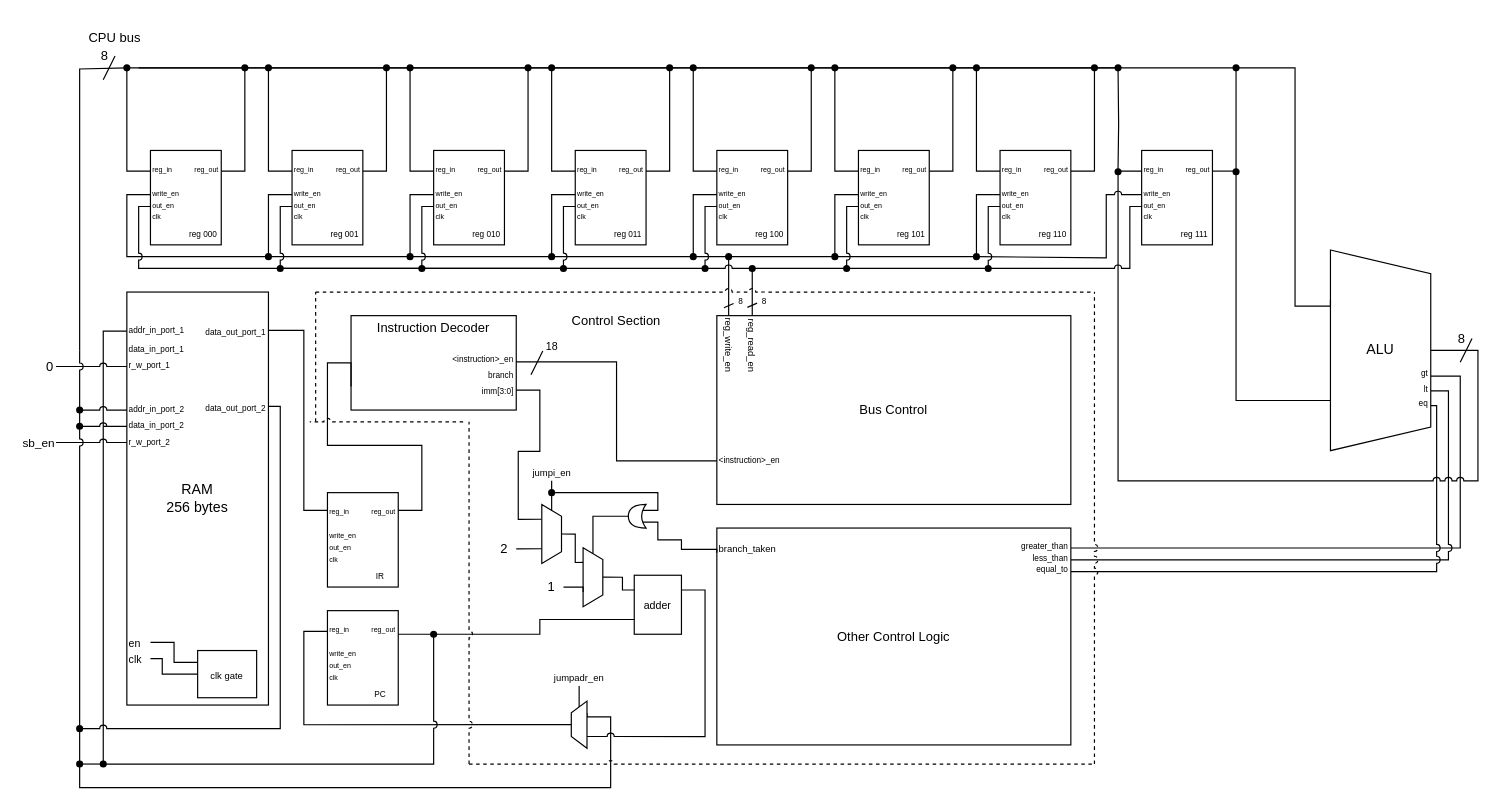
The draw.io diagram info/cpu block diagram.drawio in AndersonHsieh0330/softcore_cpu, before the edit. Source tidied: cells renumbered, new cells numbered last; positions are measured from the earlier drawing's top-left corner, leaving out a move shared by most shapes. Both pictures are drawn from the tidied source at 118%, with x=0, y=0 at pixel (20, 20).
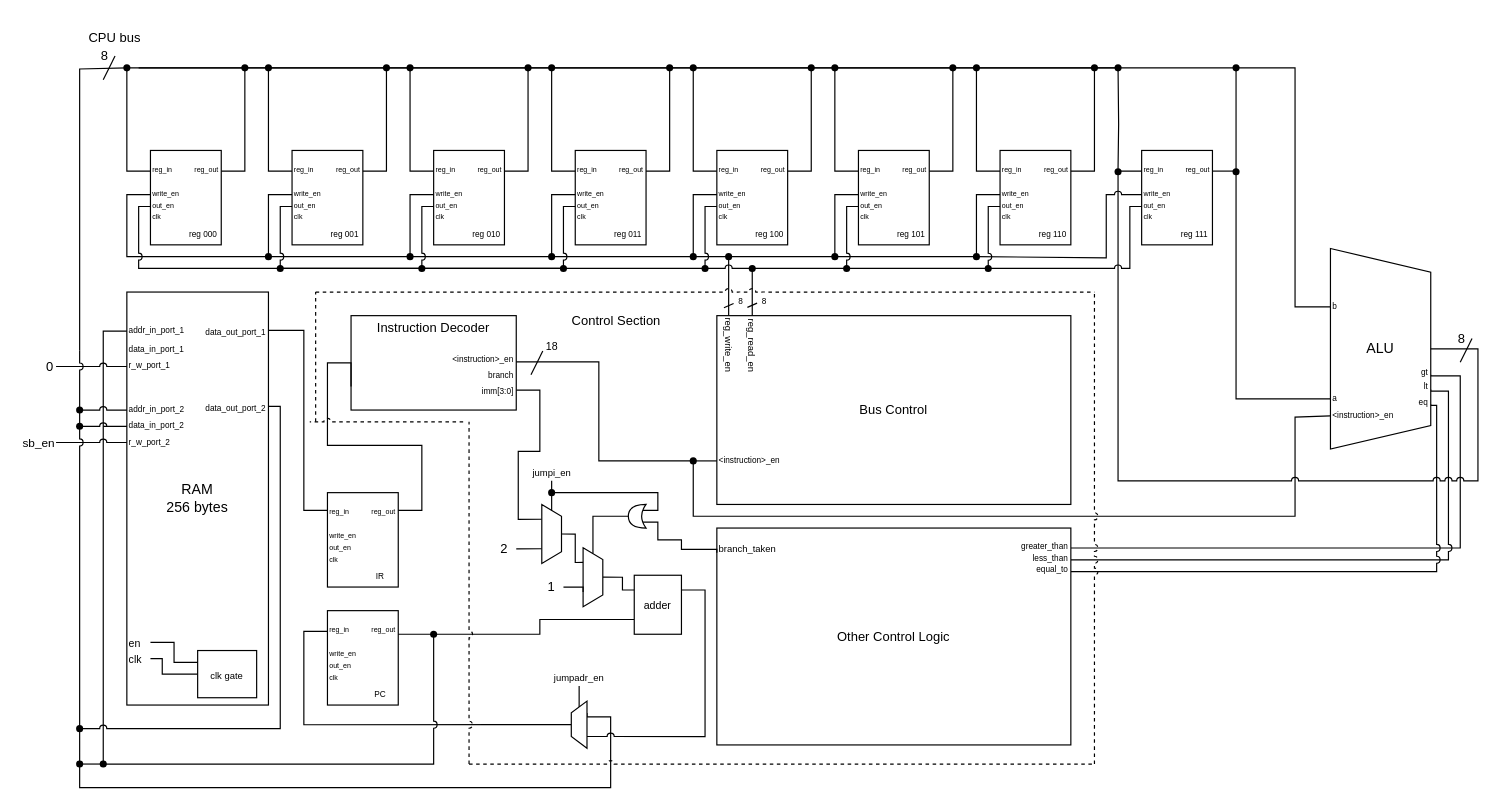
Above is the later version.

The change refers to these unchanged cells:
```xml
<mxCell id="19" style="shape=trapezoid;perimeter=trapezoidPerimeter;whiteSpace=wrap;html=1;fixedSize=1;rotation=90;" parent="18" vertex="1">
  <mxGeometry x="-42.5" y="42.5" width="170" height="85" as="geometry" />
</mxCell>
<mxCell id="139" style="shape=waypoint;sketch=0;fillStyle=solid;size=6;points=[];fillColor=none;perimeter=centerPerimeter;snapToPoint=1;fontFamily=Helvetica;fontSize=11;fontColor=default;" parent="1" vertex="1">
  <mxGeometry x="1020" y="30" width="20" height="20" as="geometry" />
</mxCell>
<mxCell id="166" value="&lt;font style=&quot;font-size: 7px;&quot;&gt;&amp;lt;instruction&amp;gt;_en&lt;/font&gt;" style="text;html=1;strokeColor=none;fillColor=none;align=right;verticalAlign=middle;whiteSpace=wrap;rounded=0;fontSize=11;fontFamily=Helvetica;fontColor=default;" parent="161" vertex="1">
  <mxGeometry x="80" y="28.8" width="60" height="13.8" as="geometry" />
</mxCell>
<mxCell id="262" value="&amp;lt;instruction&amp;gt;_en" style="text;html=1;strokeColor=none;fillColor=none;align=left;verticalAlign=middle;whiteSpace=wrap;rounded=0;fontSize=7;fontFamily=Helvetica;fontColor=default;" parent="1" vertex="1">
  <mxGeometry x="590" y="366.2" width="60" height="13.8" as="geometry" />
</mxCell>
```

The edit, as a diff of the source:
```diff
@@
+    <mxCell id="282" style="edgeStyle=orthogonalEdgeStyle;shape=connector;rounded=0;jumpStyle=arc;jettySize=auto;html=1;exitX=0;exitY=0.5;exitDx=0;exitDy=0;entryX=0.631;entryY=0.759;entryDx=0;entryDy=0;entryPerimeter=0;labelBackgroundColor=default;strokeColor=default;fontFamily=Helvetica;fontSize=11;fontColor=default;endArrow=none;" parent="1" edge="1" source="283" target="287">
+      <mxGeometry relative="1" as="geometry">
+        <Array as="points">
+          <mxPoint x="1080" y="336" />
+          <mxPoint x="1080" y="420" />
+          <mxPoint x="570" y="420" />
+        </Array>
+      </mxGeometry>
+    </mxCell>
@@
     <mxCell id="18" style="group;align=right;" parent="1" vertex="1">
-      <mxGeometry x="1110" y="194.4" width="85" height="170" as="geometry" />
+      <mxGeometry x="1110" y="193.1" width="85" height="170" as="geometry" />
     </mxCell>
@@
+    <mxCell id="283" value="&amp;lt;instruction&amp;gt;_en" style="text;html=1;strokeColor=none;fillColor=none;align=left;verticalAlign=middle;whiteSpace=wrap;rounded=0;fontSize=7;fontFamily=Helvetica;fontColor=default;" parent="18" vertex="1">
+      <mxGeometry y="135" width="60" height="13.8" as="geometry" />
+    </mxCell>
+    <mxCell id="284" value="a" style="text;html=1;strokeColor=none;fillColor=none;align=left;verticalAlign=middle;whiteSpace=wrap;rounded=0;fontSize=7;fontFamily=Helvetica;fontColor=default;" parent="18" vertex="1">
+      <mxGeometry y="121.2" width="10" height="13.8" as="geometry" />
+    </mxCell>
+    <mxCell id="285" value="b" style="text;html=1;strokeColor=none;fillColor=none;align=left;verticalAlign=middle;whiteSpace=wrap;rounded=0;fontSize=7;fontFamily=Helvetica;fontColor=default;" parent="18" vertex="1">
+      <mxGeometry y="42.5" width="10" height="13.8" as="geometry" />
+    </mxCell>
@@
-    <mxCell id="97" style="edgeStyle=orthogonalEdgeStyle;shape=connector;rounded=0;jettySize=auto;html=1;entryX=0.25;entryY=1;entryDx=0;entryDy=0;labelBackgroundColor=default;strokeColor=default;fontFamily=Helvetica;fontSize=11;fontColor=default;endArrow=none;exitDx=0;exitDy=0;" parent="1" edge="1" source="139" target="19">
+    <mxCell id="97" style="edgeStyle=orthogonalEdgeStyle;shape=connector;rounded=0;jettySize=auto;html=1;entryX=0;entryY=0.5;entryDx=0;entryDy=0;labelBackgroundColor=default;strokeColor=default;fontFamily=Helvetica;fontSize=11;fontColor=default;endArrow=none;exitDx=0;exitDy=0;" parent="1" edge="1" source="139" target="285">
       <mxGeometry relative="1" as="geometry">
         <Array as="points">
           <mxPoint x="1080" y="40" />
-          <mxPoint x="1080" y="242" />
+          <mxPoint x="1080" y="243" />
+          <mxPoint x="1110" y="243" />
         </Array>
       </mxGeometry>
     </mxCell>
@@
-    <mxCell id="261" style="edgeStyle=orthogonalEdgeStyle;shape=connector;rounded=0;jumpStyle=arc;jettySize=auto;html=1;exitX=0;exitY=0.5;exitDx=0;exitDy=0;entryX=1;entryY=0.75;entryDx=0;entryDy=0;labelBackgroundColor=default;strokeColor=default;fontFamily=Helvetica;fontSize=11;fontColor=default;endArrow=none;" parent="1" edge="1" source="262" target="166">
+    <mxCell id="261" style="edgeStyle=orthogonalEdgeStyle;shape=connector;rounded=0;jumpStyle=arc;jettySize=auto;html=1;exitDx=0;exitDy=0;entryX=1;entryY=0.75;entryDx=0;entryDy=0;labelBackgroundColor=default;strokeColor=default;fontFamily=Helvetica;fontSize=11;fontColor=default;endArrow=none;" parent="1" edge="1" source="287" target="166">
       <mxGeometry relative="1" as="geometry" />
     </mxCell>
@@
+    <mxCell id="286" style="edgeStyle=orthogonalEdgeStyle;shape=connector;rounded=0;jumpStyle=arc;jettySize=auto;html=1;exitX=0;exitY=0.5;exitDx=0;exitDy=0;entryDx=0;entryDy=0;labelBackgroundColor=default;strokeColor=default;fontFamily=Helvetica;fontSize=11;fontColor=default;endArrow=none;" parent="1" edge="1" source="262" target="287">
+      <mxGeometry relative="1" as="geometry" />
+    </mxCell>
+    <mxCell id="287" style="shape=waypoint;sketch=0;fillStyle=solid;size=6;points=[];fillColor=none;perimeter=centerPerimeter;snapToPoint=1;" parent="1" vertex="1">
+      <mxGeometry x="560" y="363.1" width="20" height="20" as="geometry" />
+    </mxCell>
```
